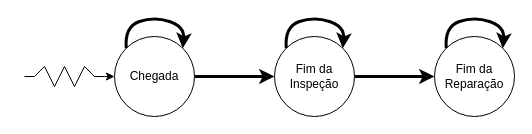
This is page "Grafo de Eventos" (2 of 2) of docs/diagrams.drawio from andreaoliveira9/Projeto-SO-1-Sim, a draw.io file, before an edit. Source tidied: cells renumbered, new cells numbered last; positions are measured from the earlier drawing's top-left corner, leaving out a move shared by most shapes. Both pictures are drawn from the tidied source at 100%, with x=0, y=0 at pixel (24, 16).
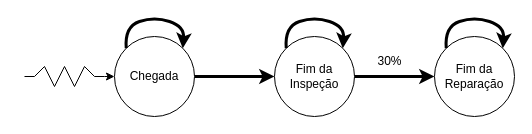
Above is the later version.

The edit, as a diff of the source:
```diff
@@
+    <mxCell id="11" value="30%" style="text;html=1;align=center;verticalAlign=middle;strokeColor=none;fillColor=none;" parent="1" vertex="1">
+      <mxGeometry x="340" y="30" width="50" height="30" as="geometry" />
+    </mxCell>
```
